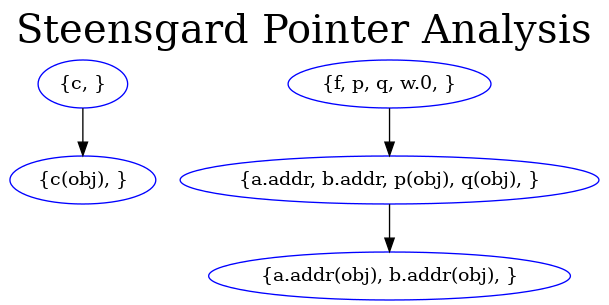
enochii/simple-pointer-analysis keeps this Graphviz diagram as sample-output/ptg.png. Above is the earlier version. Its source is kept beside it as sample-output/ptg.dot.
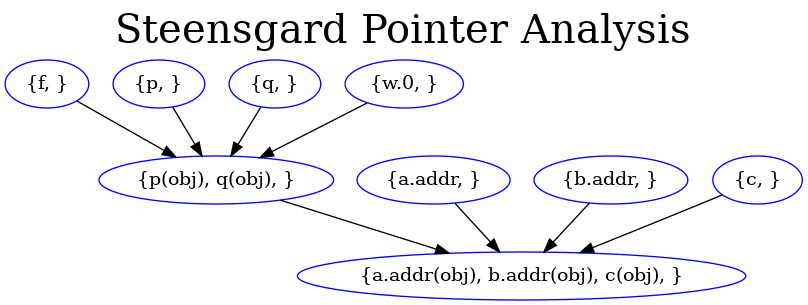
Later version of the same file.

Commit message:
chore: correct sample figure

The edit, as a diff of the source:
```diff
@@ -1,7 +1,12 @@
 digraph unification_ptg {
 	graph [label="Steensgard Pointer Analysis",labelloc=t,fontsize=30];
 	node [color=blue];
-	"{c, }" -> "{c(obj), }";
-	"{f, p, q, w.0, }" -> "{a.addr, b.addr, p(obj), q(obj), }";
-	"{a.addr, b.addr, p(obj), q(obj), }" -> "{a.addr(obj), b.addr(obj), }";
+	"{f, }" -> "{p(obj), q(obj), }";
+	"{a.addr, }" -> "{a.addr(obj), b.addr(obj), c(obj), }";
+	"{b.addr, }" -> "{a.addr(obj), b.addr(obj), c(obj), }";
+	"{c, }" -> "{a.addr(obj), b.addr(obj), c(obj), }";
+	"{p, }" -> "{p(obj), q(obj), }";
+	"{q, }" -> "{p(obj), q(obj), }";
+	"{w.0, }" -> "{p(obj), q(obj), }";
+	"{p(obj), q(obj), }" -> "{a.addr(obj), b.addr(obj), c(obj), }";
 }
```
